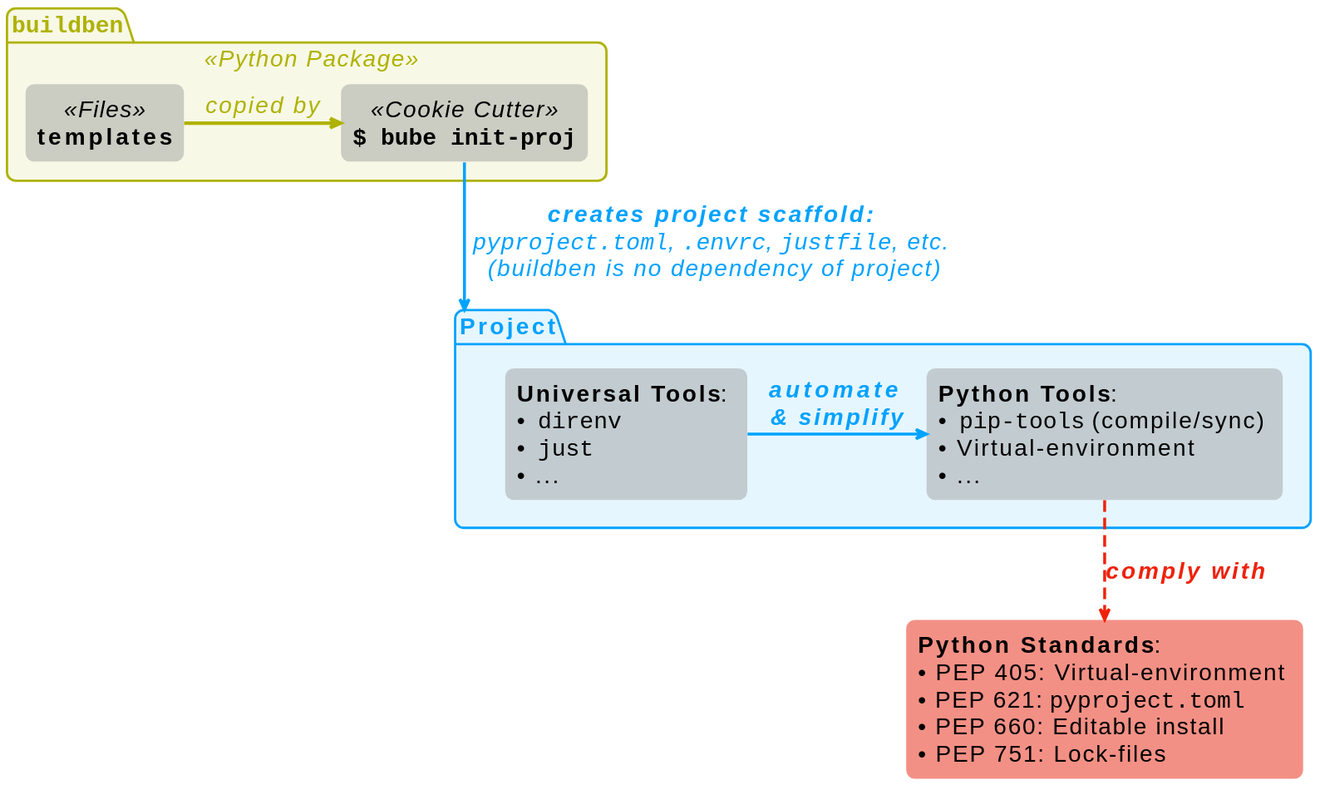
HisQu/buildben keeps this PlantUML diagram as assets/figures/graphical-abstract_init-proj/graphical-abstract_init-proj.svg. Above is the earlier version.
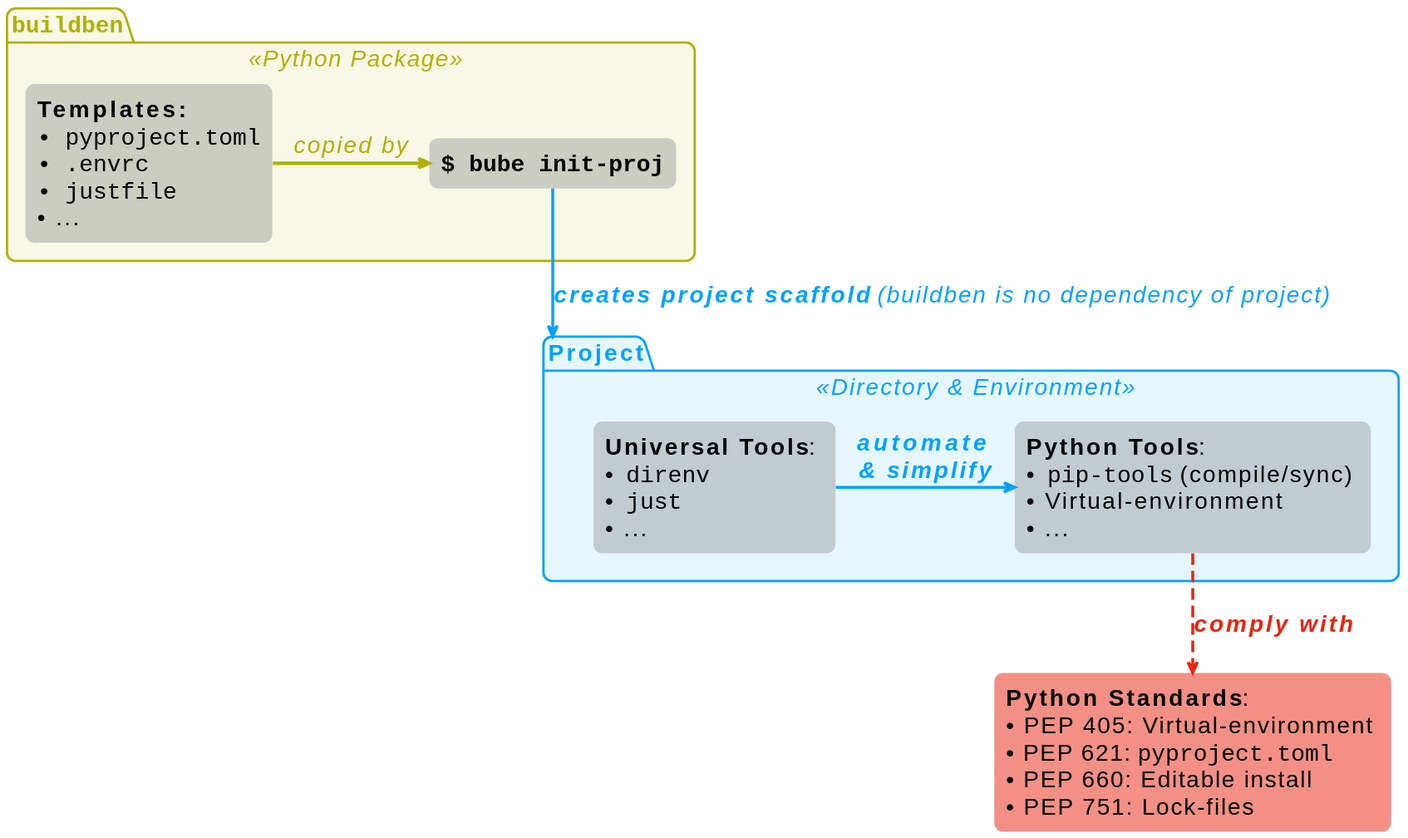
The same file after the commit.

Commit message:
update graphical abstract

The edit, as a diff of the source:
```diff
@@ -44,9 +44,8 @@
 
 
 package """buildben""" as BB <<Python Package>> {
-  rectangle "**templates**" as TEMP <<Files>>
-
-  rectangle "**""$ bube init-proj""**" as BBinitcli <<Cookie Cutter>>
+  rectangle "**Templates:**\n""• pyproject.toml""\n""• .envrc""\n""• justfile""\n• ..." as TEMP
+  rectangle "**""$ bube init-proj""**" as BBinitcli
 
 }
 <style>
@@ -60,7 +59,7 @@
 BBinitcli <-left- TEMP : copied by
 
 
-package "Project" as P{
+package "Project" as P <<Directory & Environment>>{
 
   rectangle "**Python Tools**: \n• ""pip-tools"" (compile/sync) \n• Virtual-environment\n• ..." as PyTools
   rectangle "**Universal Tools**: \n• ""direnv""\n• ""just""\n• ..." as Tools
@@ -78,7 +77,7 @@
 }
 </style>
 
-BBinitcli -down-> P : **creates project scaffold:**\n ""pyproject.toml"", "".envrc"", ""justfile"", etc. \n (buildben is no dependency of project)
+BBinitcli -down-> P : **creates project scaffold** (buildben is no dependency of project)
 
 Tools -right-> PyTools : **automate** \n**& simplify**
 
```
